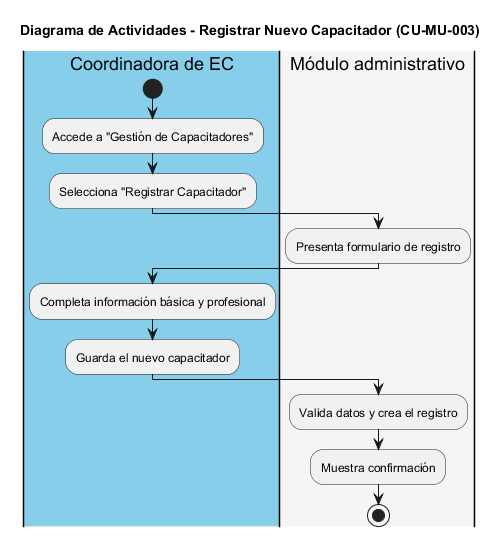
The PlantUML diagram img/CU-MU-003_Registrar_Capacitador.png in iKinoo/baby-salesforce-admin-module, before a commit.
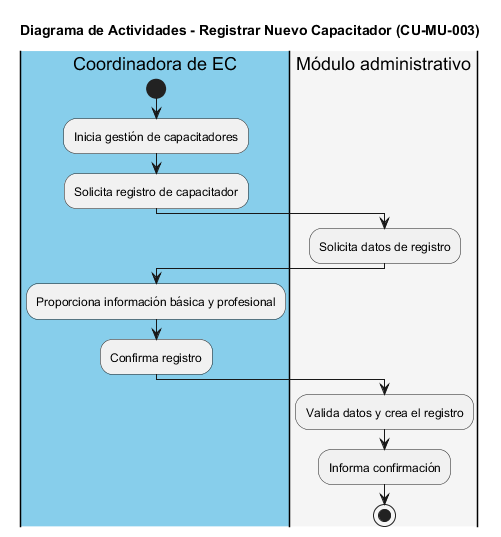
The same file after the commit.

The edit, as a diff of the source:
```diff
@@ -1,20 +1,20 @@
-@startuml
+@startuml CU-MU-003_Registrar_Capacitador
 title Diagrama de Actividades - Registrar Nuevo Capacitador (CU-MU-003)
 
 |#skyblue|Coordinadora de EC|
 start
-:Accede a "Gestión de Capacitadores";
-:Selecciona "Registrar Capacitador";
+:Inicia gestión de capacitadores;
+:Solicita registro de capacitador;
 
 |#whitesmoke|Módulo administrativo|
-:Presenta formulario de registro;
+:Solicita datos de registro;
 
 |#skyblue|Coordinadora de EC|
-:Completa información básica y profesional;
-:Guarda el nuevo capacitador;
+:Proporciona información básica y profesional;
+:Confirma registro;
 
 |#whitesmoke|Módulo administrativo|
 :Valida datos y crea el registro;
-:Muestra confirmación;
+:Informa confirmación;
 stop
 @enduml
```
